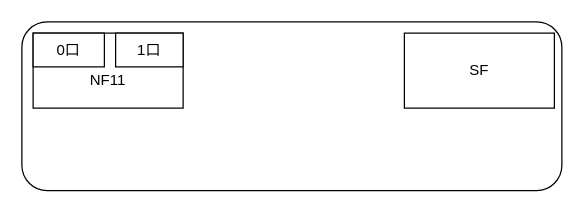
The draw.io diagram 未命名绘图.drawio in wangshilin123/ansiblePlaybook_mysql8, before the edit. Source tidied: cells renumbered, new cells numbered last; positions are measured from the earlier drawing's top-left corner, leaving out a move shared by most shapes. Both pictures are drawn from the tidied source at 125%, with x=0, y=0 at pixel (21, 21).
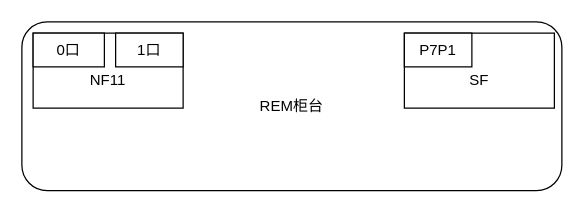
The same page after the edit.

Commit message (it also covers changes not shown here):
更新未命名绘图.drawio

The edit, as a diff of the source:
```diff
@@
 <mxGraphModel>
   <root>
     <mxCell id="0" />
     <mxCell id="1" parent="0" />
-    <mxCell id="2" style="rounded=1;whiteSpace=wrap;html=1;" parent="1" vertex="1">
+    <mxCell id="2" value="REM柜台" style="rounded=1;whiteSpace=wrap;html=1;" parent="1" vertex="1">
       <mxGeometry width="432" height="135" as="geometry" />
     </mxCell>
     <mxCell id="3" value="&lt;div&gt;&lt;br&gt;&lt;/div&gt;NF11" style="rounded=0;whiteSpace=wrap;html=1;" parent="1" vertex="1">
       <mxGeometry x="9" y="9" width="120" height="60" as="geometry" />
     </mxCell>
-    <mxCell id="4" value="SF" style="rounded=0;whiteSpace=wrap;html=1;" parent="1" vertex="1">
+    <mxCell id="4" value="&lt;div&gt;&lt;br&gt;&lt;/div&gt;SF&lt;div&gt;&lt;/div&gt;&lt;div&gt;&lt;/div&gt;" style="rounded=0;whiteSpace=wrap;html=1;" parent="1" vertex="1">
       <mxGeometry x="306" y="9" width="120" height="60" as="geometry" />
     </mxCell>
     <mxCell id="5" value="0口" style="rounded=0;whiteSpace=wrap;html=1;" parent="1" vertex="1">
       <mxGeometry x="9" y="9" width="57" height="27" as="geometry" />
     </mxCell>
     <mxCell id="6" value="1口" style="rounded=0;whiteSpace=wrap;html=1;" parent="1" vertex="1">
       <mxGeometry x="75" y="9" width="54" height="27" as="geometry" />
     </mxCell>
+    <mxCell id="7" value="P7P1" style="rounded=0;whiteSpace=wrap;html=1;" parent="1" vertex="1">
+      <mxGeometry x="306" y="9" width="54" height="27" as="geometry" />
+    </mxCell>
   </root>
 </mxGraphModel>
```
